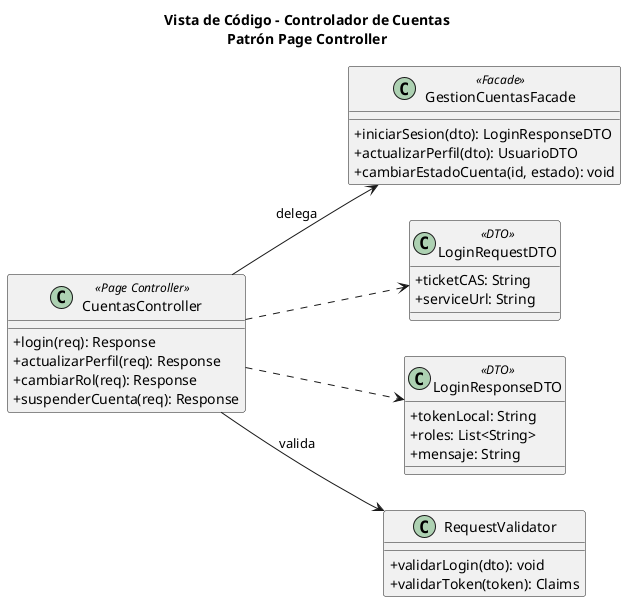
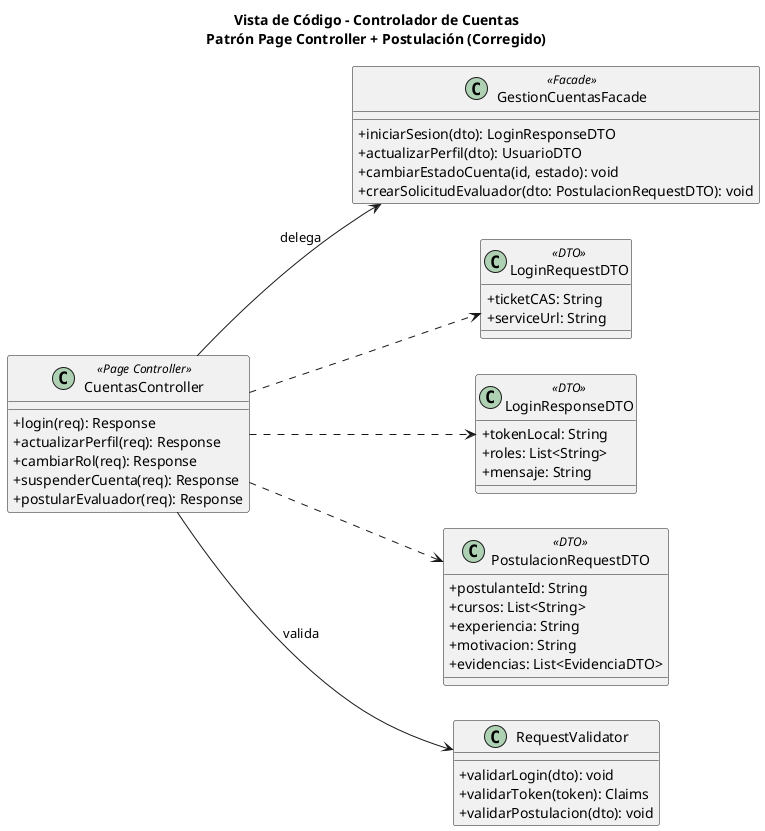
@startuml
- title Vista de Código - Controlador de Cuentas\nPatrón Page Controller
+ title Vista de Código - Controlador de Cuentas\nPatrón Page Controller + Postulación (Corregido)
skinparam classAttributeIconSize 0
left to right direction
+ 
class "CuentasController" as ctrl <<Page Controller>> {
  +login(req): Response
  +actualizarPerfil(req): Response
  +cambiarRol(req): Response
  +suspenderCuenta(req): Response
+   +postularEvaluador(req): Response
}
+ 
class "GestionCuentasFacade" as facade <<Facade>> {
  +iniciarSesion(dto): LoginResponseDTO
  +actualizarPerfil(dto): UsuarioDTO
  +cambiarEstadoCuenta(id, estado): void
+   +crearSolicitudEvaluador(dto: PostulacionRequestDTO): void
}
+ 
class "LoginRequestDTO" as authdto <<DTO>> {
  +ticketCAS: String
  +serviceUrl: String
}
+ 
class "LoginResponseDTO" as resp <<DTO>> {
  +tokenLocal: String
  +roles: List<String>
  +mensaje: String
}
- class "RequestValidator" as val  {
+ 
+ class "PostulacionRequestDTO" as postdto <<DTO>> {
+   +postulanteId: String
+   +cursos: List<String>
+   +experiencia: String
+   +motivacion: String
+   +evidencias: List<EvidenciaDTO>
+ }
+ 
+ class "RequestValidator" as val {
  +validarLogin(dto): void
  +validarToken(token): Claims
+   +validarPostulacion(dto): void
}
+ 
ctrl --> facade : delega
ctrl ..> authdto
ctrl ..> resp
+ ctrl ..> postdto
ctrl --> val : valida
@enduml